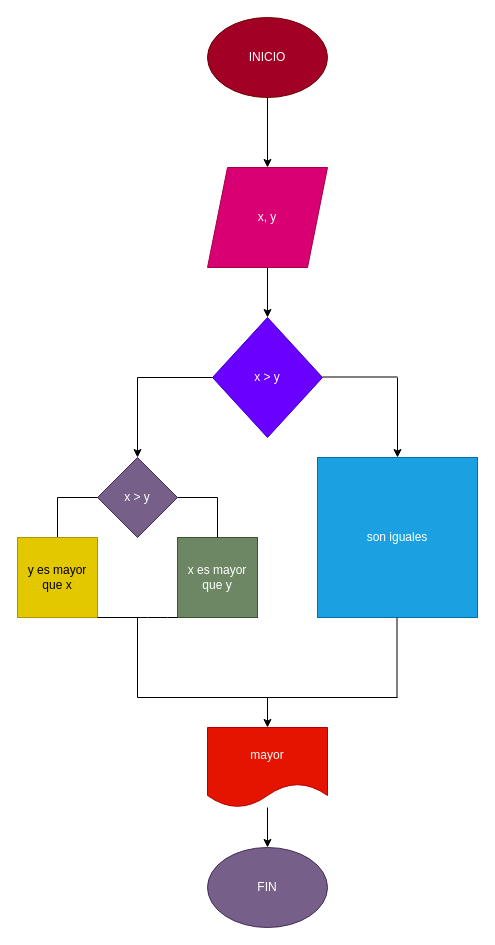
Before: diagrama.drawio in jonathanbenitezmayorga/mayor_enteros, a draw.io diagram. Source tidied: cells renumbered, new cells numbered last; positions are measured from the earlier drawing's top-left corner, leaving out a move shared by most shapes. Both pictures are drawn from the tidied source at 100%, with x=0, y=0 at pixel (17, 17).
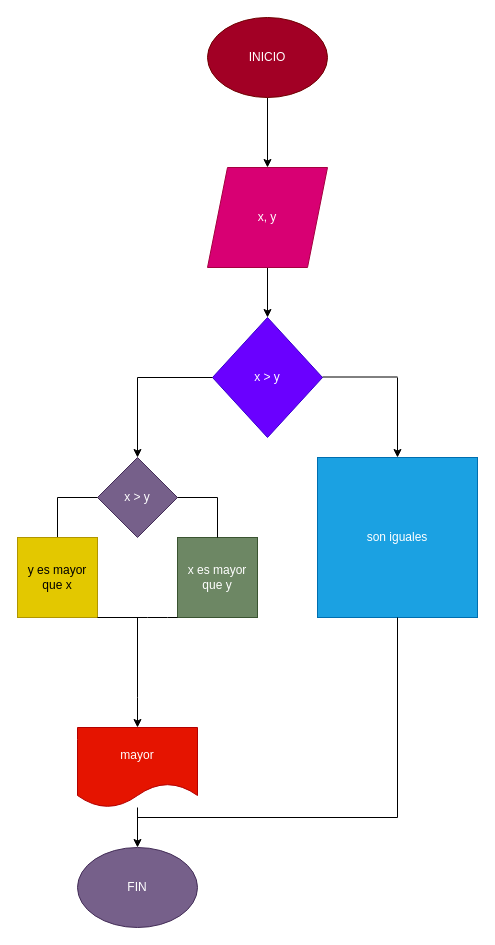
The same diagram, later.

Commit message (it also covers changes not shown here):
Se agregan los cambios

The edit, as a diff of the source:
```diff
@@
-    <mxCell id="12" style="endArrow=none;html=1;" parent="1" edge="1">
-      <mxGeometry relative="1" as="geometry">
-        <mxPoint x="379.5" y="680" as="sourcePoint" />
-        <mxPoint x="379.5" y="600" as="targetPoint" />
-      </mxGeometry>
-    </mxCell>
-    <mxCell id="13" style="endArrow=none;html=1;" parent="1" edge="1">
-      <mxGeometry relative="1" as="geometry">
-        <mxPoint x="120" y="680" as="sourcePoint" />
-        <mxPoint x="380" y="680" as="targetPoint" />
-      </mxGeometry>
-    </mxCell>
     <mxCell id="14" style="endArrow=classic;html=1;" parent="1" edge="1">
       <mxGeometry relative="1" as="geometry">
-        <mxPoint x="250" y="680" as="sourcePoint" />
-        <mxPoint x="250" y="710" as="targetPoint" />
+        <mxPoint x="120" y="680" as="sourcePoint" />
+        <mxPoint x="120" y="710" as="targetPoint" />
       </mxGeometry>
     </mxCell>
@@
     <mxCell id="16" value="mayor" style="shape=document;whiteSpace=wrap;html=1;boundedLbl=1;fillColor=#e51400;strokeColor=#B20000;fontColor=#ffffff;" parent="1" vertex="1">
-      <mxGeometry x="190" y="710" width="120" height="80" as="geometry" />
+      <mxGeometry x="60" y="710" width="120" height="80" as="geometry" />
     </mxCell>
     <mxCell id="17" value="FIN" style="ellipse;whiteSpace=wrap;html=1;fillColor=#76608a;fontColor=#ffffff;strokeColor=#432D57;" parent="1" vertex="1">
-      <mxGeometry x="190" y="830" width="120" height="80" as="geometry" />
+      <mxGeometry x="60" y="830" width="120" height="80" as="geometry" />
     </mxCell>
     <mxCell id="18" style="endArrow=classic;html=1;" parent="1" edge="1" target="17">
       <mxGeometry relative="1" as="geometry">
-        <mxPoint x="250" y="790" as="sourcePoint" />
+        <mxPoint x="120" y="790" as="sourcePoint" />
       </mxGeometry>
     </mxCell>
@@
+    <mxCell id="27" style="endArrow=none;html=1;" parent="1" edge="1">
+      <mxGeometry relative="1" as="geometry">
+        <mxPoint x="380" y="800" as="sourcePoint" />
+        <mxPoint x="380" y="600" as="targetPoint" />
+      </mxGeometry>
+    </mxCell>
+    <mxCell id="28" style="endArrow=none;html=1;" parent="1" edge="1">
+      <mxGeometry relative="1" as="geometry">
+        <mxPoint x="120" y="800" as="sourcePoint" />
+        <mxPoint x="380" y="800" as="targetPoint" />
+      </mxGeometry>
+    </mxCell>
```
